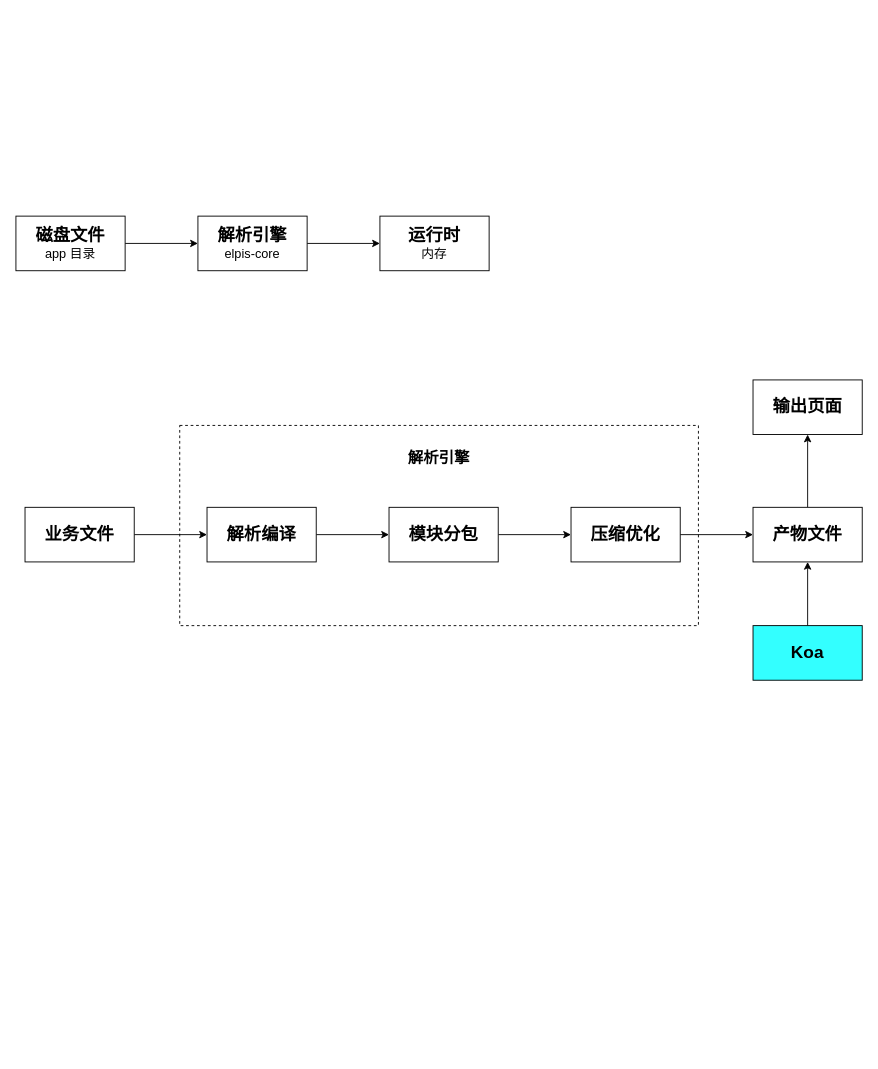
The draw.io diagram Elpis-全栈实践.drawio in 2022-Interview/draw.io, before the edit. Source tidied: cells renumbered, new cells numbered last; positions are measured from the earlier drawing's top-left corner, leaving out a move shared by most shapes. Both pictures are drawn from the tidied source at 91%, with x=0, y=0 at pixel (15, 216). Pictures stored in the file or linked from it are replaced by grey dashed boxes.
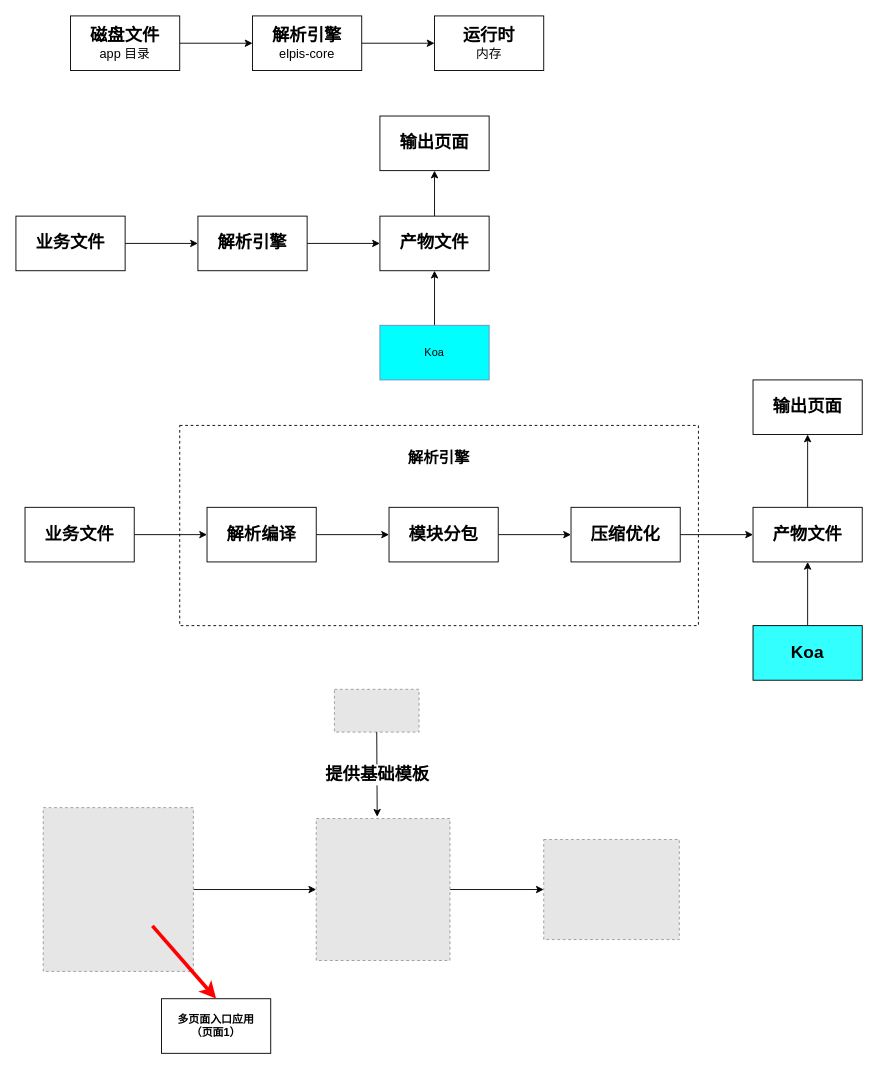
Above is the later version.

Commit message:
更新Elpis-全栈实践.drawio

The edit, as a diff of the source:
```diff
@@
     <mxCell id="3" value="&lt;b&gt;&lt;font style=&quot;font-size: 19px;&quot;&gt;磁盘文件&lt;/font&gt;&lt;/b&gt;&lt;div&gt;&lt;font style=&quot;font-size: 14px;&quot;&gt;app 目录&lt;/font&gt;&lt;/div&gt;" style="rounded=0;whiteSpace=wrap;html=1;" parent="1" vertex="1">
-      <mxGeometry width="120" height="60" as="geometry" />
+      <mxGeometry x="60" y="-220" width="120" height="60" as="geometry" />
     </mxCell>
@@
     <mxCell id="5" value="&lt;font style=&quot;font-size: 19px;&quot;&gt;&lt;b&gt;解析引擎&lt;/b&gt;&lt;/font&gt;&lt;div&gt;&lt;font style=&quot;font-size: 14px;&quot;&gt;elpis-core&lt;/font&gt;&lt;/div&gt;" style="rounded=0;whiteSpace=wrap;html=1;" parent="1" vertex="1">
-      <mxGeometry x="200" width="120" height="60" as="geometry" />
+      <mxGeometry x="260" y="-220" width="120" height="60" as="geometry" />
     </mxCell>
     <mxCell id="6" value="&lt;font style=&quot;font-size: 19px;&quot;&gt;&lt;b&gt;运行时&lt;/b&gt;&lt;/font&gt;&lt;div&gt;&lt;font style=&quot;font-size: 14px;&quot;&gt;内存&lt;/font&gt;&lt;/div&gt;" style="rounded=0;whiteSpace=wrap;html=1;" parent="1" vertex="1">
-      <mxGeometry x="400" width="120" height="60" as="geometry" />
+      <mxGeometry x="460" y="-220" width="120" height="60" as="geometry" />
     </mxCell>
@@
+    <mxCell id="21" style="edgeStyle=orthogonalEdgeStyle;rounded=0;jettySize=auto;html=1;" parent="1" edge="1" source="22" target="24">
+      <mxGeometry relative="1" as="geometry" />
+    </mxCell>
+    <mxCell id="22" value="业务文件" style="rounded=0;whiteSpace=wrap;html=1;fontStyle=1;fontSize=19;" parent="1" vertex="1">
+      <mxGeometry width="120" height="60" as="geometry" />
+    </mxCell>
+    <mxCell id="23" style="edgeStyle=orthogonalEdgeStyle;rounded=0;jettySize=auto;html=1;" parent="1" edge="1" source="24" target="26">
+      <mxGeometry relative="1" as="geometry" />
+    </mxCell>
+    <mxCell id="24" value="解析引擎" style="rounded=0;whiteSpace=wrap;html=1;fontStyle=1;fontSize=19;" parent="1" vertex="1">
+      <mxGeometry x="200" width="120" height="60" as="geometry" />
+    </mxCell>
+    <mxCell id="25" style="edgeStyle=orthogonalEdgeStyle;rounded=0;jettySize=auto;html=1;" parent="1" edge="1" source="26" target="29">
+      <mxGeometry relative="1" as="geometry" />
+    </mxCell>
+    <mxCell id="26" value="产物文件" style="rounded=0;whiteSpace=wrap;html=1;fontStyle=1;fontSize=19;" parent="1" vertex="1">
+      <mxGeometry x="400" width="120" height="60" as="geometry" />
+    </mxCell>
+    <mxCell id="27" style="edgeStyle=orthogonalEdgeStyle;rounded=0;jettySize=auto;html=1;" parent="1" edge="1" source="28" target="26">
+      <mxGeometry relative="1" as="geometry" />
+    </mxCell>
+    <mxCell id="28" value="Koa" style="rounded=0;whiteSpace=wrap;html=1;fillColor=#00FFFF;strokeColor=#6c8ebf;" parent="1" vertex="1">
+      <mxGeometry x="400" y="120" width="120" height="60" as="geometry" />
+    </mxCell>
+    <mxCell id="29" value="输出页面" style="rounded=0;whiteSpace=wrap;html=1;fontStyle=1;fontSize=19;" parent="1" vertex="1">
+      <mxGeometry x="400" y="-110" width="120" height="60" as="geometry" />
+    </mxCell>
+    <mxCell id="30" style="edgeStyle=orthogonalEdgeStyle;rounded=0;jettySize=auto;html=1;entryX=0;entryY=0.5;entryDx=0;entryDy=0;" parent="1" edge="1" source="31" target="33">
+      <mxGeometry relative="1" as="geometry" />
+    </mxCell>
+    <mxCell id="31" style="fillColor=#E6E6E6;strokeColor=#999999;dashed=1;verticalLabelPosition=bottom;labelBackgroundColor=default;verticalAlign=top;" parent="1" vertex="1">
+      <mxGeometry x="30" y="650" width="165" height="180" as="geometry" />
+    </mxCell>
+    <mxCell id="32" style="edgeStyle=orthogonalEdgeStyle;rounded=0;jettySize=auto;html=1;" parent="1" edge="1" source="33" target="35">
+      <mxGeometry relative="1" as="geometry" />
+    </mxCell>
+    <mxCell id="33" style="fillColor=#E6E6E6;strokeColor=#999999;dashed=1;verticalLabelPosition=bottom;labelBackgroundColor=default;verticalAlign=top;" parent="1" vertex="1">
+      <mxGeometry x="330" y="662" width="147" height="156" as="geometry" />
+    </mxCell>
+    <mxCell id="34" value="多页面入口应用&lt;div&gt;（页面1）&lt;/div&gt;" style="rounded=0;whiteSpace=wrap;html=1;fontStyle=1;" parent="1" vertex="1">
+      <mxGeometry x="160" y="860" width="120" height="60" as="geometry" />
+    </mxCell>
+    <mxCell id="35" style="fillColor=#E6E6E6;strokeColor=#999999;dashed=1;verticalLabelPosition=bottom;labelBackgroundColor=default;verticalAlign=top;" parent="1" vertex="1">
+      <mxGeometry x="580" y="685" width="149" height="110" as="geometry" />
+    </mxCell>
+    <mxCell id="36" style="endArrow=classic;html=1;rounded=0;entryX=0.5;entryY=0;entryDx=0;entryDy=0;strokeColor=#FF0000;strokeWidth=4;" parent="1" edge="1" target="34">
+      <mxGeometry relative="1" as="geometry">
+        <mxPoint x="150" y="780" as="sourcePoint" />
+      </mxGeometry>
+    </mxCell>
+    <mxCell id="37" style="fillColor=#E6E6E6;strokeColor=#999999;dashed=1;verticalLabelPosition=bottom;labelBackgroundColor=default;verticalAlign=top;" parent="1" vertex="1">
+      <mxGeometry x="350" y="520" width="93" height="47" as="geometry" />
+    </mxCell>
+    <mxCell id="38" style="endArrow=classic;html=1;rounded=0;exitX=0.5;exitY=1;exitDx=0;exitDy=0;" parent="1" edge="1" source="37">
+      <mxGeometry relative="1" as="geometry">
+        <mxPoint x="397" y="660" as="targetPoint" />
+      </mxGeometry>
+    </mxCell>
+    <mxCell id="39" value="提供基础模板" style="edgeLabel;html=1;align=center;verticalAlign=middle;fontStyle=1;fontSize=19;" parent="38" vertex="1">
+      <mxGeometry relative="1" as="geometry" />
+    </mxCell>
```
